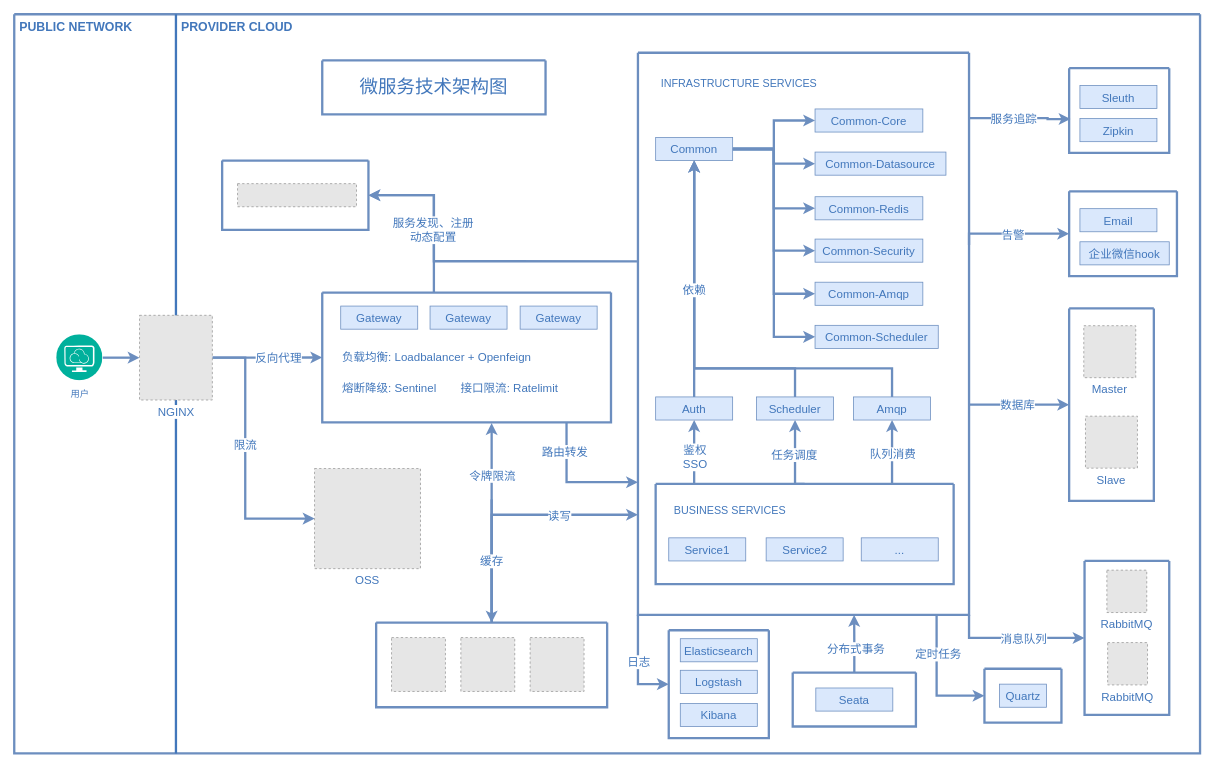
Earlier version of the draw.io diagram ms.drawio (vyuvlink/images). Source tidied: cells renumbered, new cells numbered last; positions are measured from the earlier drawing's top-left corner, leaving out a move shared by most shapes. Both pictures are drawn from the tidied source at 77%, with x=0, y=0 at pixel (14, 14). Pictures stored in the file or linked from it are replaced by grey dashed boxes.
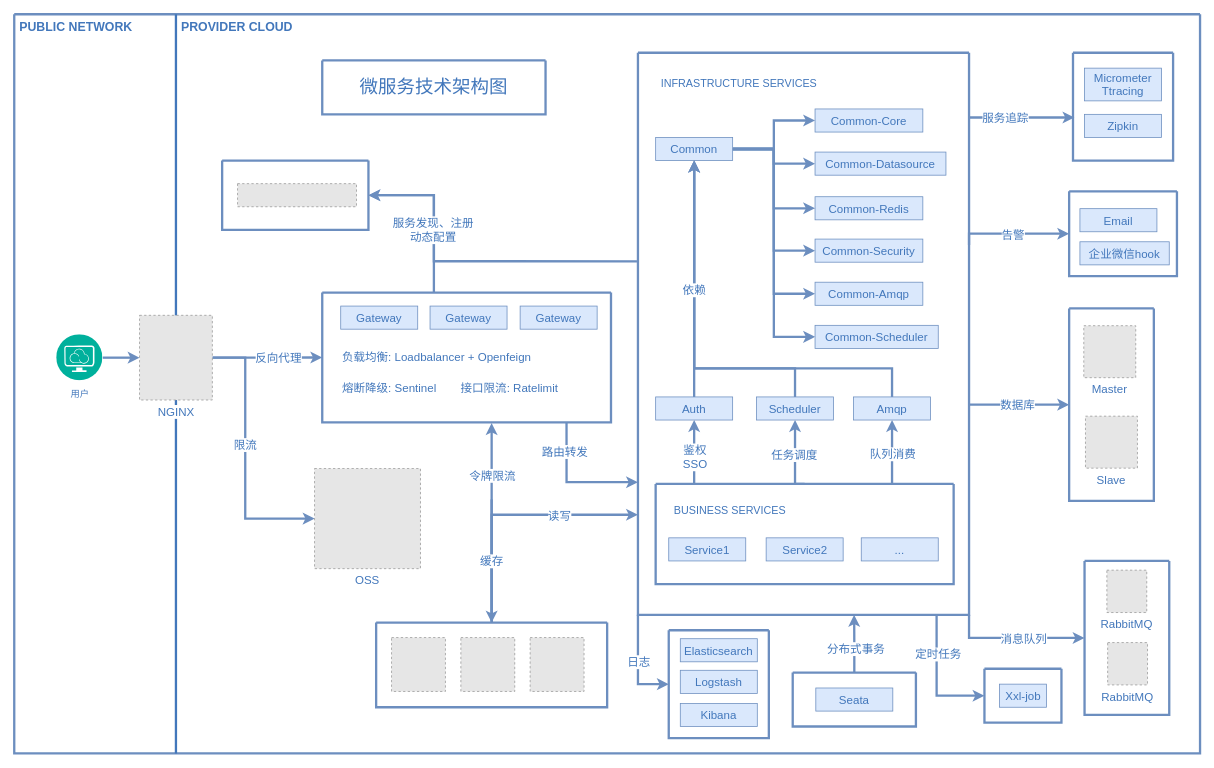
The same page after the edit.

Unchanged cells that the change refers to:
```xml
<mxCell id="2" style="swimlane;shadow=0;strokeColor=#6c8ebf;fillColor=#dae8fc;align=center;startSize=0;strokeWidth=3;" parent="1" vertex="1">
  <mxGeometry width="1540" height="960" as="geometry" />
</mxCell>
<mxCell id="24" style="edgeStyle=orthogonalEdgeStyle;rounded=0;jettySize=auto;html=1;entryX=0.014;entryY=0.601;entryDx=0;entryDy=0;shadow=0;strokeColor=#6c8ebf;strokeWidth=3;align=center;verticalAlign=middle;fontFamily=Helvetica;fontSize=12;fontColor=default;fontStyle=1;labelBackgroundColor=default;startSize=0;endArrow=classic;fillColor=#dae8fc;entryPerimeter=0;" parent="2" edge="1" source="32" target="78">
  <mxGeometry relative="1" as="geometry">
    <Array as="points">
      <mxPoint x="1342" y="135" />
    </Array>
  </mxGeometry>
</mxCell>
<mxCell id="100" style="swimlane;shadow=0;strokeColor=#6c8ebf;fillColor=#dae8fc;align=center;startSize=0;strokeWidth=3;" parent="2" vertex="1">
  <mxGeometry x="1260" y="850" width="100" height="70" as="geometry" />
</mxCell>
```

What changed in the source:
```diff
@@
     <mxCell id="25" value="&lt;font color=&quot;#4277bb&quot; style=&quot;font-size: 15px;&quot;&gt;服务追踪&lt;/font&gt;" style="edgeLabel;html=1;align=center;verticalAlign=middle;" parent="24" vertex="1">
       <mxGeometry x="-0.12" y="-2" relative="1" as="geometry">
-        <mxPoint x="-1" y="-2" as="offset" />
+        <mxPoint x="-14" y="-3" as="offset" />
       </mxGeometry>
     </mxCell>
@@
     <mxCell id="78" style="swimlane;shadow=0;strokeColor=#6c8ebf;fillColor=#dae8fc;align=center;startSize=0;strokeWidth=3;" parent="2" vertex="1">
-      <mxGeometry x="1370" y="70" width="130" height="110" as="geometry" />
+      <mxGeometry x="1375" y="50" width="130" height="140" as="geometry" />
     </mxCell>
-    <mxCell id="79" value="Sleuth" style="text;html=1;align=center;verticalAlign=middle;whiteSpace=wrap;rounded=0;fillColor=#dae8fc;strokeColor=#6c8ebf;perimeterSpacing=0;fontSize=15;fontColor=#4277BB;" parent="78" vertex="1">
-      <mxGeometry x="14" y="22.5" width="100" height="30" as="geometry" />
+    <mxCell id="79" value="Micrometer&lt;div&gt;Ttracing&lt;/div&gt;" style="text;html=1;align=center;verticalAlign=middle;whiteSpace=wrap;rounded=0;fillColor=#dae8fc;strokeColor=#6c8ebf;perimeterSpacing=0;fontSize=15;fontColor=#4277BB;" parent="78" vertex="1">
+      <mxGeometry x="15" y="20" width="100" height="42.5" as="geometry" />
     </mxCell>
     <mxCell id="80" value="Zipkin" style="text;html=1;align=center;verticalAlign=middle;whiteSpace=wrap;rounded=0;fillColor=#dae8fc;strokeColor=#6c8ebf;perimeterSpacing=0;fontSize=15;fontColor=#4277BB;" parent="78" vertex="1">
-      <mxGeometry x="14" y="65.5" width="100" height="30" as="geometry" />
+      <mxGeometry x="15" y="80" width="100" height="30" as="geometry" />
     </mxCell>
@@
-    <mxCell id="101" value="Quartz" style="text;html=1;align=center;verticalAlign=middle;whiteSpace=wrap;rounded=0;fillColor=#dae8fc;strokeColor=#6c8ebf;perimeterSpacing=0;fontSize=15;fontColor=#4277BB;" parent="100" vertex="1">
+    <mxCell id="101" value="Xxl-job" style="text;html=1;align=center;verticalAlign=middle;whiteSpace=wrap;rounded=0;fillColor=#dae8fc;strokeColor=#6c8ebf;perimeterSpacing=0;fontSize=15;fontColor=#4277BB;" parent="100" vertex="1">
       <mxGeometry x="19.5" y="20" width="61" height="30" as="geometry" />
     </mxCell>
```
